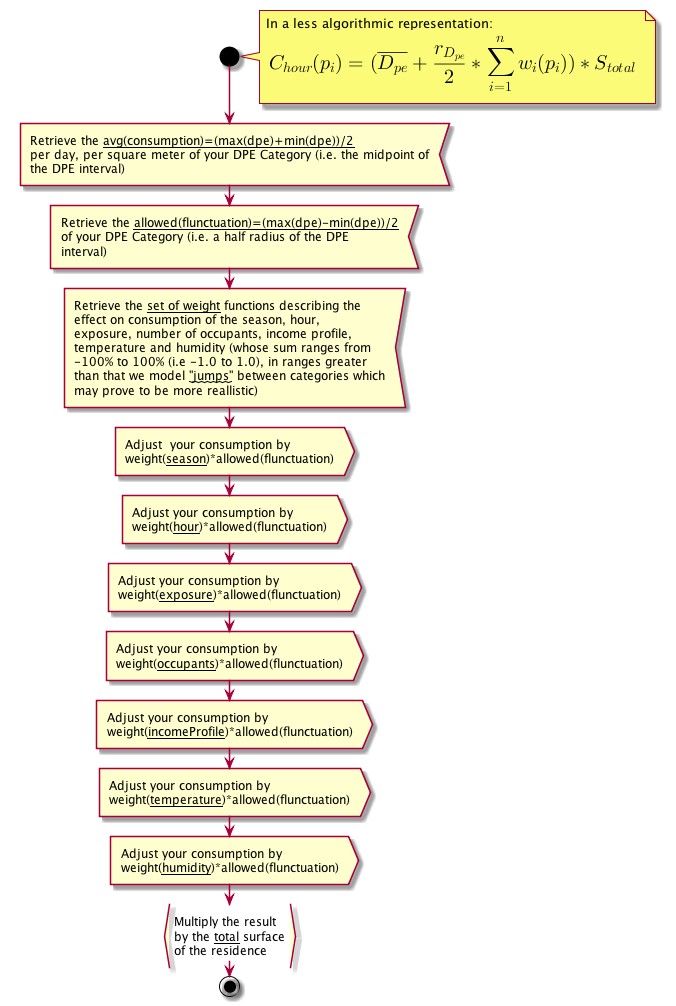
npapoylias/Geranium keeps this PlantUML diagram as geraniumUmlActivity.png. Above is the earlier version.
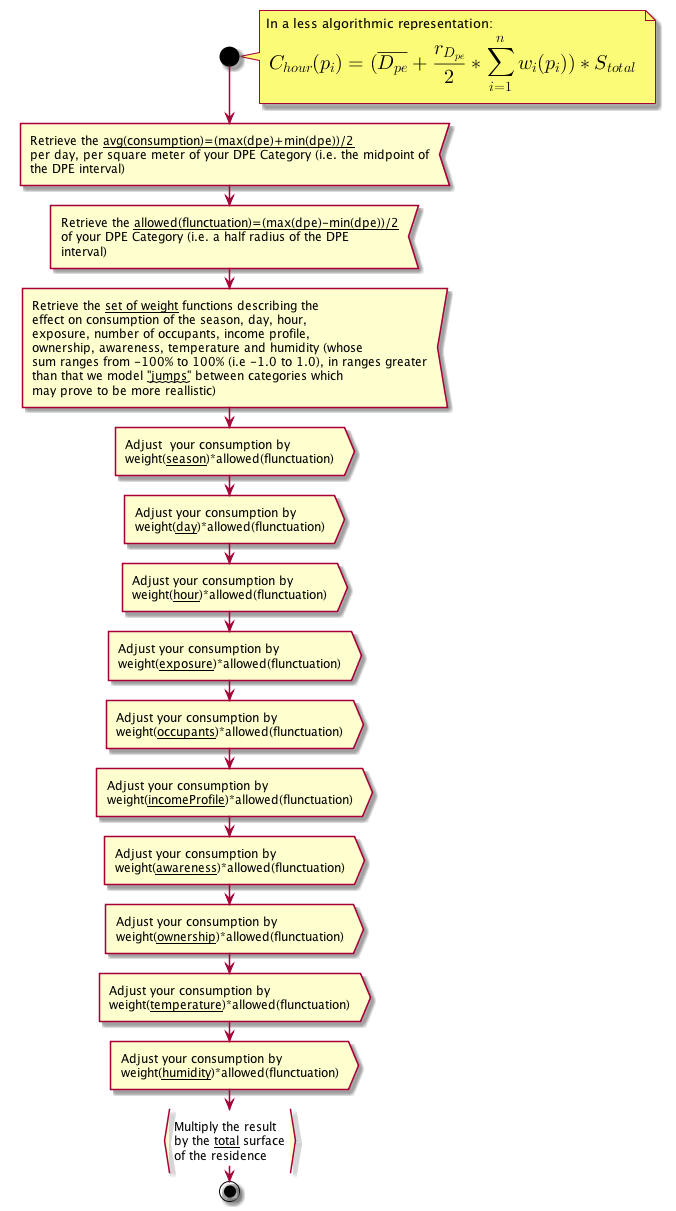
Later version of the same file.

Diff of the diagram source:
```diff
@@ -11,14 +11,16 @@
 of your DPE Category (i.e. a half radius of the DPE
 interval)<
 :Retrieve the __set of weight__ functions describing the
-effect on consumption of the season, hour,
+effect on consumption of the season, day, hour,
 exposure, number of occupants, income profile,
-temperature and humidity (whose sum ranges from
--100% to 100% (i.e -1.0 to 1.0), in ranges greater
+ownership, awareness, temperature and humidity (whose
+sum ranges from -100% to 100% (i.e -1.0 to 1.0), in ranges greater
 than that we model ~~"jumps"~~ between categories which
 may prove to be more reallistic)<
 :Adjust  your consumption by
 weight(__season__)*allowed(flunctuation)>
+:Adjust your consumption by
+weight(__day__)*allowed(flunctuation)>
 :Adjust your consumption by
 weight(__hour__)*allowed(flunctuation)>
 :Adjust your consumption by
@@ -28,6 +30,10 @@
 :Adjust your consumption by
 weight(__incomeProfile__)*allowed(flunctuation)>
 :Adjust your consumption by
+weight(__awareness__)*allowed(flunctuation)>
+:Adjust your consumption by
+weight(__ownership__)*allowed(flunctuation)>
+:Adjust your consumption by
 weight(__temperature__)*allowed(flunctuation)>
 :Adjust your consumption by
 weight(__humidity__)*allowed(flunctuation)>
```
